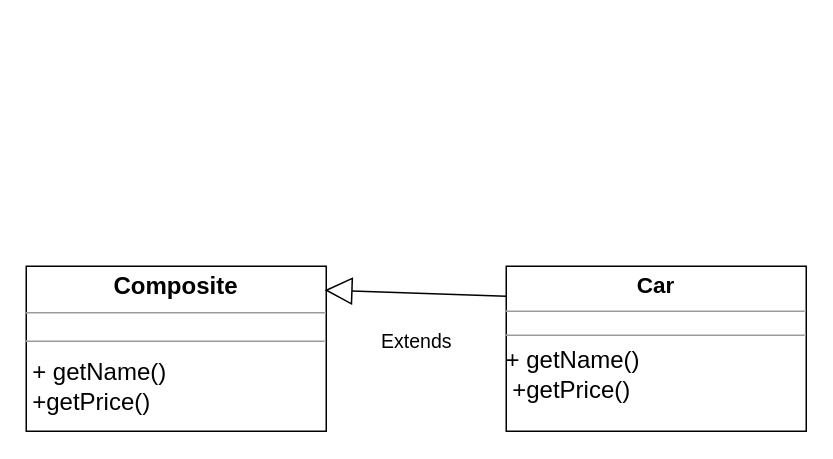
Before: structural/composite/composite.drawio in MaksShadows/Patterns, a draw.io diagram. Source tidied: cells renumbered, new cells numbered last; positions are measured from the earlier drawing's top-left corner, leaving out a move shared by most shapes. Both pictures are drawn from the tidied source at 150%, with x=0, y=0 at pixel (26, 266).
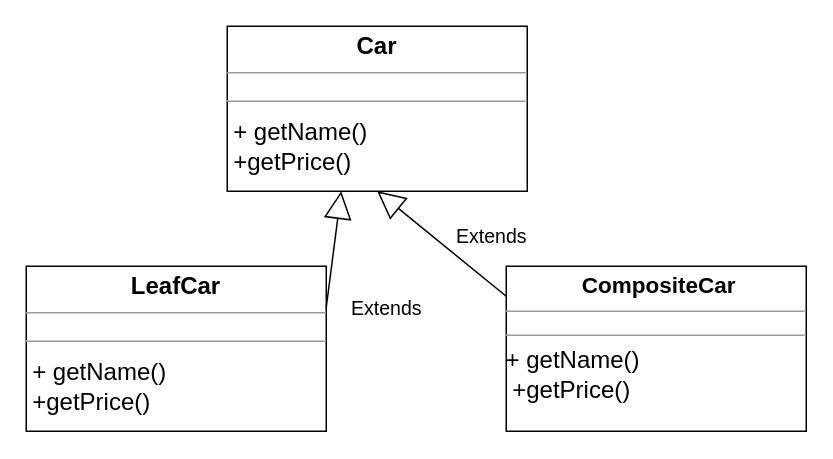
Above is the later version.

Change to the diagram source:
```diff
@@
 <mxGraphModel>
   <root>
     <mxCell id="0" />
     <mxCell id="1" parent="0" />
-    <mxCell id="2" value="&lt;p style=&quot;margin: 4px 0px 0px ; text-align: center ; font-size: 15px&quot;&gt;&lt;b&gt;Car&lt;/b&gt;&lt;/p&gt;&lt;hr size=&quot;1&quot; style=&quot;font-size: 15px&quot;&gt;&lt;div style=&quot;height: 2px&quot;&gt;&lt;/div&gt;&lt;hr size=&quot;1&quot;&gt;&lt;div style=&quot;height: 2px&quot;&gt;&lt;div style=&quot;height: 2px ; font-size: 16px&quot;&gt;+ getName()&lt;/div&gt;&lt;div style=&quot;height: 2px ; font-size: 16px&quot;&gt;&lt;br&gt;&lt;/div&gt;&lt;div style=&quot;height: 2px ; font-size: 16px&quot;&gt;&lt;br&gt;&lt;/div&gt;&lt;div style=&quot;height: 2px ; font-size: 16px&quot;&gt;&lt;br&gt;&lt;/div&gt;&lt;div style=&quot;height: 2px ; font-size: 16px&quot;&gt;&lt;br&gt;&lt;/div&gt;&lt;div style=&quot;height: 2px ; font-size: 16px&quot;&gt;&lt;br&gt;&lt;/div&gt;&lt;div style=&quot;height: 2px ; font-size: 16px&quot;&gt;&lt;br&gt;&lt;/div&gt;&lt;div style=&quot;height: 2px ; font-size: 16px&quot;&gt;&lt;br&gt;&lt;/div&gt;&lt;div style=&quot;height: 2px ; font-size: 16px&quot;&gt;&lt;br&gt;&lt;/div&gt;&lt;div style=&quot;height: 2px ; font-size: 16px&quot;&gt;&lt;br&gt;&lt;/div&gt;&lt;div style=&quot;height: 2px ; font-size: 16px&quot;&gt;&amp;nbsp;+getPrice()&lt;/div&gt;&lt;/div&gt;" style="verticalAlign=top;align=left;overflow=fill;fontSize=12;fontFamily=Helvetica;html=1;" parent="1" vertex="1">
+    <mxCell id="2" value="&lt;p style=&quot;margin: 4px 0px 0px ; text-align: center&quot;&gt;&lt;span style=&quot;font-size: 15px&quot;&gt;&lt;b&gt;&amp;nbsp;CompositeCar&lt;/b&gt;&lt;/span&gt;&lt;br&gt;&lt;/p&gt;&lt;hr size=&quot;1&quot; style=&quot;font-size: 15px&quot;&gt;&lt;div style=&quot;height: 2px&quot;&gt;&lt;/div&gt;&lt;hr size=&quot;1&quot;&gt;&lt;div style=&quot;height: 2px&quot;&gt;&lt;div style=&quot;height: 2px ; font-size: 16px&quot;&gt;+ getName()&lt;/div&gt;&lt;div style=&quot;height: 2px ; font-size: 16px&quot;&gt;&lt;br&gt;&lt;/div&gt;&lt;div style=&quot;height: 2px ; font-size: 16px&quot;&gt;&lt;br&gt;&lt;/div&gt;&lt;div style=&quot;height: 2px ; font-size: 16px&quot;&gt;&lt;br&gt;&lt;/div&gt;&lt;div style=&quot;height: 2px ; font-size: 16px&quot;&gt;&lt;br&gt;&lt;/div&gt;&lt;div style=&quot;height: 2px ; font-size: 16px&quot;&gt;&lt;br&gt;&lt;/div&gt;&lt;div style=&quot;height: 2px ; font-size: 16px&quot;&gt;&lt;br&gt;&lt;/div&gt;&lt;div style=&quot;height: 2px ; font-size: 16px&quot;&gt;&lt;br&gt;&lt;/div&gt;&lt;div style=&quot;height: 2px ; font-size: 16px&quot;&gt;&lt;br&gt;&lt;/div&gt;&lt;div style=&quot;height: 2px ; font-size: 16px&quot;&gt;&lt;br&gt;&lt;/div&gt;&lt;div style=&quot;height: 2px ; font-size: 16px&quot;&gt;&amp;nbsp;+getPrice()&lt;/div&gt;&lt;/div&gt;" style="verticalAlign=top;align=left;overflow=fill;fontSize=12;fontFamily=Helvetica;html=1;" parent="1" vertex="1">
       <mxGeometry x="320" width="200" height="110" as="geometry" />
     </mxCell>
-    <mxCell id="3" value="&lt;p style=&quot;margin: 4px 0px 0px ; text-align: center ; font-size: 16px&quot;&gt;&lt;b&gt;&lt;font style=&quot;font-size: 16px&quot;&gt;Composite&lt;/font&gt;&lt;/b&gt;&lt;/p&gt;&lt;hr size=&quot;1&quot; style=&quot;font-size: 16px&quot;&gt;&lt;div style=&quot;height: 2px ; font-size: 16px&quot;&gt;&lt;/div&gt;&lt;hr size=&quot;1&quot; style=&quot;font-size: 16px&quot;&gt;&lt;div style=&quot;height: 2px ; font-size: 16px&quot;&gt;&lt;br&gt;&lt;/div&gt;&lt;div style=&quot;height: 2px ; font-size: 16px&quot;&gt;&lt;font style=&quot;font-size: 16px&quot;&gt;&amp;nbsp;+ getName()&lt;/font&gt;&lt;/div&gt;&lt;div style=&quot;height: 2px ; font-size: 16px&quot;&gt;&lt;font style=&quot;font-size: 16px&quot;&gt;&lt;br&gt;&lt;/font&gt;&lt;/div&gt;&lt;div style=&quot;height: 2px ; font-size: 16px&quot;&gt;&lt;font style=&quot;font-size: 16px&quot;&gt;&lt;br&gt;&lt;/font&gt;&lt;/div&gt;&lt;div style=&quot;height: 2px ; font-size: 16px&quot;&gt;&lt;font style=&quot;font-size: 16px&quot;&gt;&lt;br&gt;&lt;/font&gt;&lt;/div&gt;&lt;div style=&quot;height: 2px ; font-size: 16px&quot;&gt;&lt;font style=&quot;font-size: 16px&quot;&gt;&lt;br&gt;&lt;/font&gt;&lt;/div&gt;&lt;div style=&quot;height: 2px ; font-size: 16px&quot;&gt;&lt;font style=&quot;font-size: 16px&quot;&gt;&lt;br&gt;&lt;/font&gt;&lt;/div&gt;&lt;div style=&quot;height: 2px ; font-size: 16px&quot;&gt;&lt;font style=&quot;font-size: 16px&quot;&gt;&lt;br&gt;&lt;/font&gt;&lt;/div&gt;&lt;div style=&quot;height: 2px ; font-size: 16px&quot;&gt;&lt;font style=&quot;font-size: 16px&quot;&gt;&lt;br&gt;&lt;/font&gt;&lt;/div&gt;&lt;div style=&quot;height: 2px ; font-size: 16px&quot;&gt;&lt;font style=&quot;font-size: 16px&quot;&gt;&lt;br&gt;&lt;/font&gt;&lt;/div&gt;&lt;div style=&quot;height: 2px ; font-size: 16px&quot;&gt;&lt;font style=&quot;font-size: 16px&quot;&gt;&lt;br&gt;&lt;/font&gt;&lt;/div&gt;&lt;div style=&quot;height: 2px ; font-size: 16px&quot;&gt;&lt;font style=&quot;font-size: 16px&quot;&gt;&amp;nbsp;+getPrice()&lt;/font&gt;&lt;/div&gt;" style="verticalAlign=top;align=left;overflow=fill;fontSize=12;fontFamily=Helvetica;html=1;" parent="1" vertex="1">
+    <mxCell id="3" value="&lt;p style=&quot;margin: 4px 0px 0px ; text-align: center&quot;&gt;&lt;span style=&quot;font-size: 16px&quot;&gt;&lt;b&gt;LeafCar&lt;/b&gt;&lt;/span&gt;&lt;br&gt;&lt;/p&gt;&lt;hr size=&quot;1&quot; style=&quot;font-size: 16px&quot;&gt;&lt;div style=&quot;height: 2px ; font-size: 16px&quot;&gt;&lt;/div&gt;&lt;hr size=&quot;1&quot; style=&quot;font-size: 16px&quot;&gt;&lt;div style=&quot;height: 2px ; font-size: 16px&quot;&gt;&lt;br&gt;&lt;/div&gt;&lt;div style=&quot;height: 2px ; font-size: 16px&quot;&gt;&lt;font style=&quot;font-size: 16px&quot;&gt;&amp;nbsp;+ getName()&lt;/font&gt;&lt;/div&gt;&lt;div style=&quot;height: 2px ; font-size: 16px&quot;&gt;&lt;font style=&quot;font-size: 16px&quot;&gt;&lt;br&gt;&lt;/font&gt;&lt;/div&gt;&lt;div style=&quot;height: 2px ; font-size: 16px&quot;&gt;&lt;font style=&quot;font-size: 16px&quot;&gt;&lt;br&gt;&lt;/font&gt;&lt;/div&gt;&lt;div style=&quot;height: 2px ; font-size: 16px&quot;&gt;&lt;font style=&quot;font-size: 16px&quot;&gt;&lt;br&gt;&lt;/font&gt;&lt;/div&gt;&lt;div style=&quot;height: 2px ; font-size: 16px&quot;&gt;&lt;font style=&quot;font-size: 16px&quot;&gt;&lt;br&gt;&lt;/font&gt;&lt;/div&gt;&lt;div style=&quot;height: 2px ; font-size: 16px&quot;&gt;&lt;font style=&quot;font-size: 16px&quot;&gt;&lt;br&gt;&lt;/font&gt;&lt;/div&gt;&lt;div style=&quot;height: 2px ; font-size: 16px&quot;&gt;&lt;font style=&quot;font-size: 16px&quot;&gt;&lt;br&gt;&lt;/font&gt;&lt;/div&gt;&lt;div style=&quot;height: 2px ; font-size: 16px&quot;&gt;&lt;font style=&quot;font-size: 16px&quot;&gt;&lt;br&gt;&lt;/font&gt;&lt;/div&gt;&lt;div style=&quot;height: 2px ; font-size: 16px&quot;&gt;&lt;font style=&quot;font-size: 16px&quot;&gt;&lt;br&gt;&lt;/font&gt;&lt;/div&gt;&lt;div style=&quot;height: 2px ; font-size: 16px&quot;&gt;&lt;font style=&quot;font-size: 16px&quot;&gt;&lt;br&gt;&lt;/font&gt;&lt;/div&gt;&lt;div style=&quot;height: 2px ; font-size: 16px&quot;&gt;&lt;font style=&quot;font-size: 16px&quot;&gt;&amp;nbsp;+getPrice()&lt;/font&gt;&lt;/div&gt;" style="verticalAlign=top;align=left;overflow=fill;fontSize=12;fontFamily=Helvetica;html=1;" parent="1" vertex="1">
       <mxGeometry width="200" height="110" as="geometry" />
     </mxCell>
-    <mxCell id="4" value="&lt;font style=&quot;font-size: 13px&quot;&gt;Extends&lt;/font&gt;" style="endArrow=block;endSize=16;endFill=0;html=1;entryX=0.995;entryY=0.145;entryDx=0;entryDy=0;entryPerimeter=0;" parent="1" edge="1" target="3">
-      <mxGeometry x="-0.03" y="32" relative="1" as="geometry">
+    <mxCell id="4" value="&lt;font style=&quot;font-size: 13px&quot;&gt;Extends&lt;/font&gt;" style="endArrow=block;endSize=16;endFill=0;html=1;entryX=0.5;entryY=1;entryDx=0;entryDy=0;" parent="1" edge="1" target="5">
+      <mxGeometry x="-0.4" y="-25" relative="1" as="geometry">
         <mxPoint x="320" y="20" as="sourcePoint" />
       </mxGeometry>
     </mxCell>
+    <mxCell id="5" value="&lt;p style=&quot;margin: 4px 0px 0px ; text-align: center ; font-size: 16px&quot;&gt;&lt;b&gt;&lt;font style=&quot;font-size: 16px&quot;&gt;Car&lt;/font&gt;&lt;/b&gt;&lt;/p&gt;&lt;hr size=&quot;1&quot; style=&quot;font-size: 16px&quot;&gt;&lt;div style=&quot;height: 2px ; font-size: 16px&quot;&gt;&lt;/div&gt;&lt;hr size=&quot;1&quot; style=&quot;font-size: 16px&quot;&gt;&lt;div style=&quot;height: 2px ; font-size: 16px&quot;&gt;&lt;br&gt;&lt;/div&gt;&lt;div style=&quot;height: 2px ; font-size: 16px&quot;&gt;&lt;font style=&quot;font-size: 16px&quot;&gt;&amp;nbsp;+ getName()&lt;/font&gt;&lt;/div&gt;&lt;div style=&quot;height: 2px ; font-size: 16px&quot;&gt;&lt;font style=&quot;font-size: 16px&quot;&gt;&lt;br&gt;&lt;/font&gt;&lt;/div&gt;&lt;div style=&quot;height: 2px ; font-size: 16px&quot;&gt;&lt;font style=&quot;font-size: 16px&quot;&gt;&lt;br&gt;&lt;/font&gt;&lt;/div&gt;&lt;div style=&quot;height: 2px ; font-size: 16px&quot;&gt;&lt;font style=&quot;font-size: 16px&quot;&gt;&lt;br&gt;&lt;/font&gt;&lt;/div&gt;&lt;div style=&quot;height: 2px ; font-size: 16px&quot;&gt;&lt;font style=&quot;font-size: 16px&quot;&gt;&lt;br&gt;&lt;/font&gt;&lt;/div&gt;&lt;div style=&quot;height: 2px ; font-size: 16px&quot;&gt;&lt;font style=&quot;font-size: 16px&quot;&gt;&lt;br&gt;&lt;/font&gt;&lt;/div&gt;&lt;div style=&quot;height: 2px ; font-size: 16px&quot;&gt;&lt;font style=&quot;font-size: 16px&quot;&gt;&lt;br&gt;&lt;/font&gt;&lt;/div&gt;&lt;div style=&quot;height: 2px ; font-size: 16px&quot;&gt;&lt;font style=&quot;font-size: 16px&quot;&gt;&lt;br&gt;&lt;/font&gt;&lt;/div&gt;&lt;div style=&quot;height: 2px ; font-size: 16px&quot;&gt;&lt;font style=&quot;font-size: 16px&quot;&gt;&lt;br&gt;&lt;/font&gt;&lt;/div&gt;&lt;div style=&quot;height: 2px ; font-size: 16px&quot;&gt;&lt;font style=&quot;font-size: 16px&quot;&gt;&lt;br&gt;&lt;/font&gt;&lt;/div&gt;&lt;div style=&quot;height: 2px ; font-size: 16px&quot;&gt;&lt;font style=&quot;font-size: 16px&quot;&gt;&amp;nbsp;+getPrice()&lt;/font&gt;&lt;/div&gt;" style="verticalAlign=top;align=left;overflow=fill;fontSize=12;fontFamily=Helvetica;html=1;" parent="1" vertex="1">
+      <mxGeometry x="134" y="-160" width="200" height="110" as="geometry" />
+    </mxCell>
+    <mxCell id="6" value="&lt;font style=&quot;font-size: 13px&quot;&gt;Extends&lt;/font&gt;" style="endArrow=block;endSize=16;endFill=0;html=1;entryX=0.38;entryY=1;entryDx=0;entryDy=0;entryPerimeter=0;exitX=1;exitY=0.25;exitDx=0;exitDy=0;" parent="1" edge="1" source="3" target="5">
+      <mxGeometry x="-0.87" y="-40" relative="1" as="geometry" />
+    </mxCell>
   </root>
 </mxGraphModel>
```
